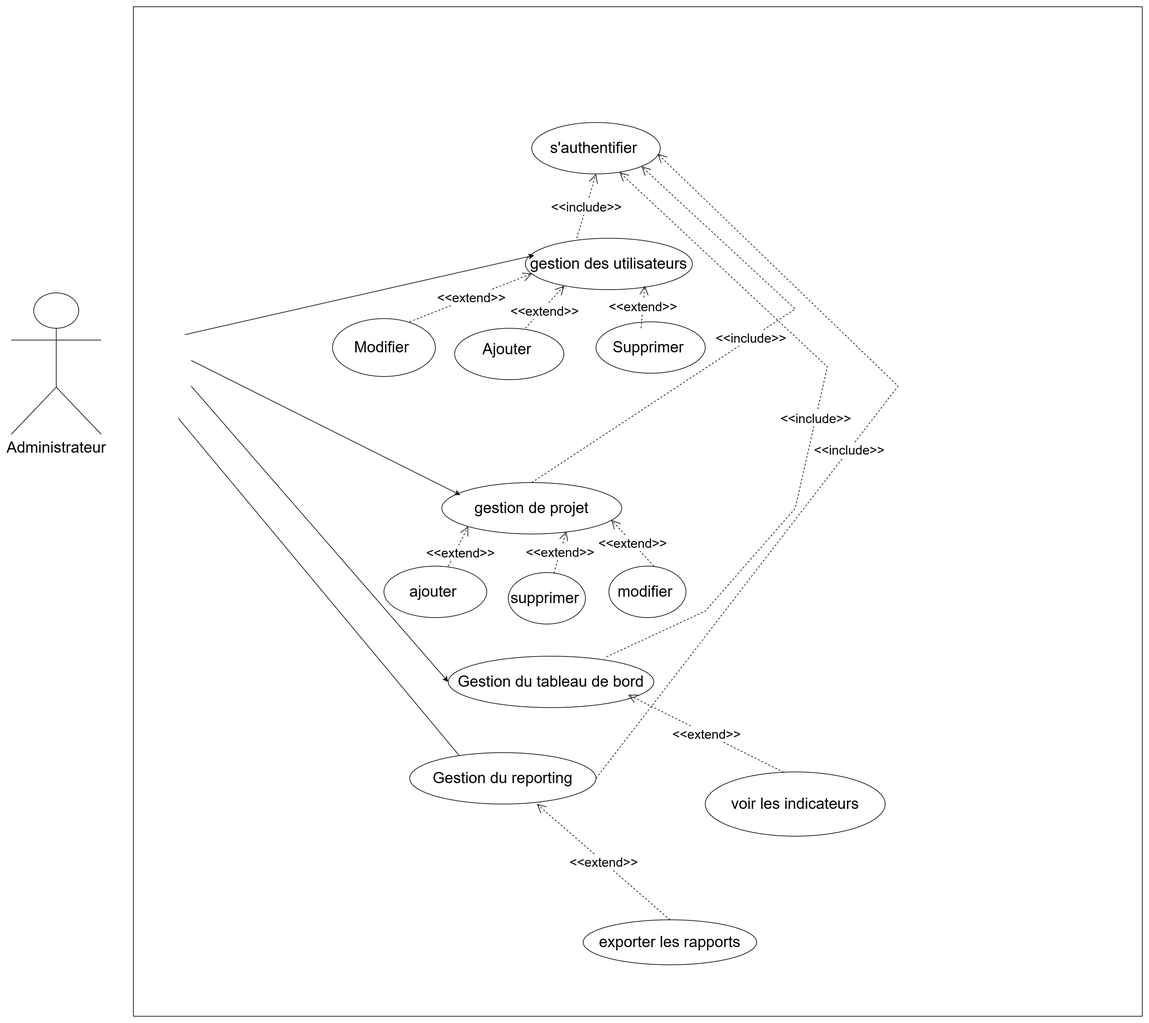
Above: Diagramme de cas d'utilisation Admistrateur projet Systeme d'information.drawio.png in aichamokhtar/pfe-suivi-projets-si (draw.io), before the change. Source tidied: cells renumbered, new cells last; positions are measured from the earlier drawing's top-left corner, leaving out a move shared by most shapes.
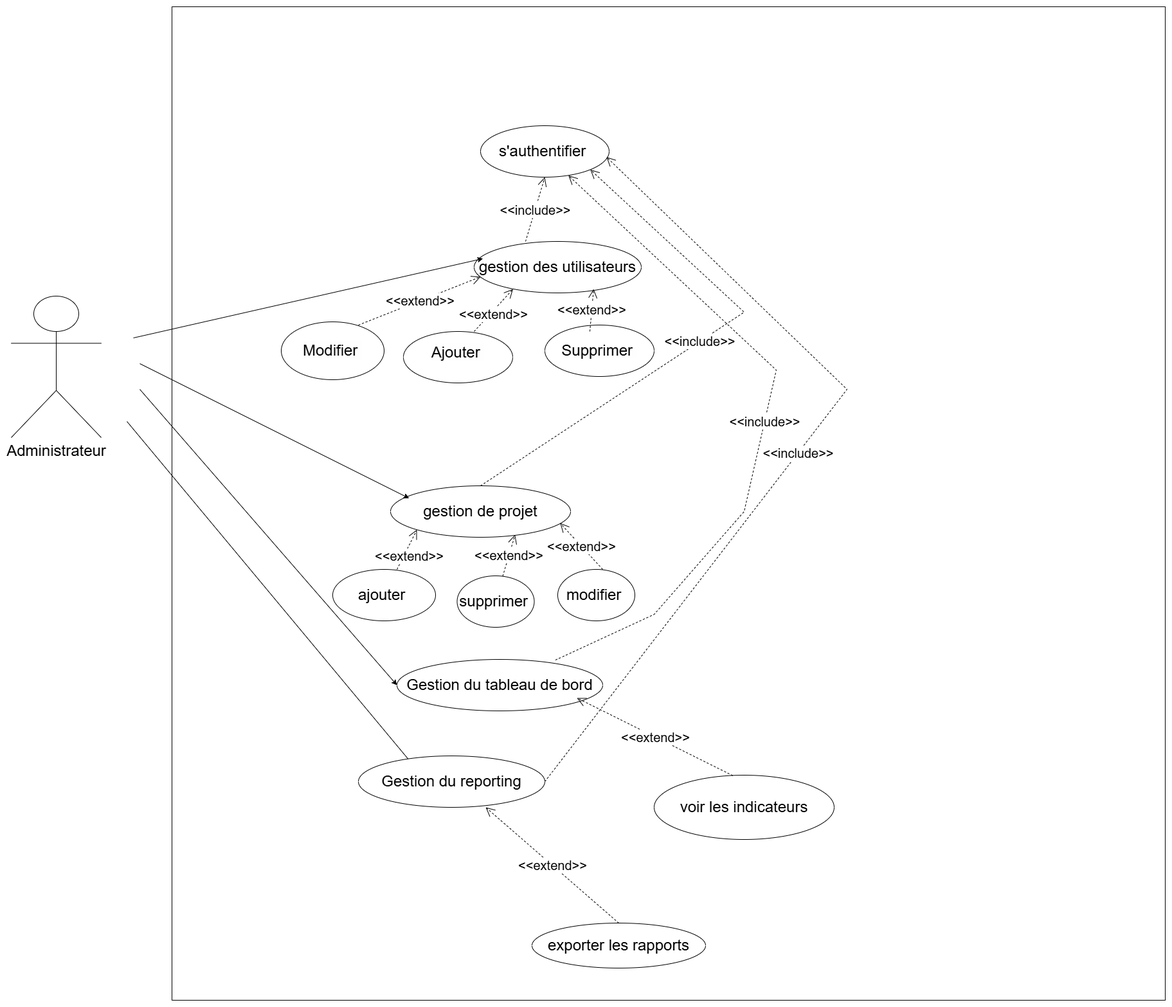
After the commit.

Diff of the diagram source:
```diff
@@ -2,11 +2,11 @@
   <root>
     <mxCell id="0" />
     <mxCell id="1" parent="0" />
-    <mxCell id="2" style="whiteSpace=wrap;html=1;" parent="1" vertex="1">
-      <mxGeometry x="190" width="1570" height="1570" as="geometry" />
-    </mxCell>
+    <mxCell id="36" style="whiteSpace=wrap;html=1;" parent="1" vertex="1">
+      <mxGeometry x="330" y="-5" width="1545" height="1545" as="geometry" />
+    </mxCell>
     <mxCell id="3" value="&lt;font style=&quot;font-size: 24px;&quot;&gt;Administrateur&lt;/font&gt;" style="shape=umlActor;verticalLabelPosition=bottom;verticalAlign=top;html=1;" parent="1" vertex="1">
-      <mxGeometry y="445" width="140" height="220" as="geometry" />
+      <mxGeometry x="80" y="445" width="140" height="220" as="geometry" />
     </mxCell>
     <mxCell id="4" value="&lt;font style=&quot;font-size: 24px;&quot;&gt;gestion des utilisateurs&lt;/font&gt;" style="ellipse;whiteSpace=wrap;html=1;" parent="1" vertex="1">
       <mxGeometry x="800" y="360" width="260" height="80" as="geometry" />
@@ -34,12 +34,12 @@
         <mxPoint x="810" y="415" as="targetPoint" />
       </mxGeometry>
     </mxCell>
-    <mxCell id="11" style="endArrow=open;endSize=12;dashed=1;html=1;rounded=0;entryX=0.233;entryY=0.925;entryDx=0;entryDy=0;entryPerimeter=0;" parent="1" edge="1" target="4">
-      <mxGeometry relative="1" as="geometry">
-        <mxPoint x="800" y="500" as="sourcePoint" />
-      </mxGeometry>
-    </mxCell>
+    <mxCell id="37" style="endArrow=open;endSize=12;dashed=1;html=1;rounded=0;entryX=0.233;entryY=0.925;entryDx=0;entryDy=0;entryPerimeter=0;" parent="1" edge="1" target="4">
+      <mxGeometry relative="1" as="geometry">
+        <mxPoint x="800" y="500" as="sourcePoint" />
+      </mxGeometry>
+    </mxCell>
-    <mxCell id="12" value="&lt;font style=&quot;font-size: 20px;&quot;&gt;&amp;lt;&amp;lt;extend&amp;gt;&amp;gt;&lt;/font&gt;" style="edgeLabel;html=1;align=center;verticalAlign=middle;" parent="11" vertex="1">
+    <mxCell id="12" value="&lt;font style=&quot;font-size: 20px;&quot;&gt;&amp;lt;&amp;lt;extend&amp;gt;&amp;gt;&lt;/font&gt;" style="edgeLabel;html=1;align=center;verticalAlign=middle;" parent="37" vertex="1">
       <mxGeometry x="-0.13" y="-2" relative="1" as="geometry" />
     </mxCell>
     <mxCell id="13" value="&lt;font style=&quot;font-size: 20px;&quot;&gt;&amp;lt;&amp;lt;extend&amp;gt;&amp;gt;&lt;/font&gt;" style="endArrow=open;endSize=12;dashed=1;html=1;rounded=0;entryX=0.715;entryY=0.925;entryDx=0;entryDy=0;entryPerimeter=0;" parent="1" edge="1" target="4">
@@ -47,19 +47,19 @@
         <mxPoint x="980" y="500" as="sourcePoint" />
       </mxGeometry>
     </mxCell>
-    <mxCell id="14" style="endArrow=classic;html=1;rounded=0;entryX=0.053;entryY=0.333;entryDx=0;entryDy=0;entryPerimeter=0;" parent="1" edge="1" target="4">
-      <mxGeometry relative="1" as="geometry">
-        <mxPoint x="270" y="510" as="sourcePoint" />
-      </mxGeometry>
-    </mxCell>
+    <mxCell id="38" style="endArrow=classic;html=1;rounded=0;entryX=0.053;entryY=0.333;entryDx=0;entryDy=0;entryPerimeter=0;" parent="1" edge="1" target="4">
+      <mxGeometry relative="1" as="geometry">
+        <mxPoint x="270" y="510" as="sourcePoint" />
+      </mxGeometry>
+    </mxCell>
     <mxCell id="15" value="&lt;font style=&quot;font-size: 24px;&quot;&gt;gestion de projet&lt;/font&gt;" style="ellipse;whiteSpace=wrap;html=1;" parent="1" vertex="1">
       <mxGeometry x="670" y="740" width="280" height="80" as="geometry" />
     </mxCell>
-    <mxCell id="16" style="endArrow=classic;html=1;rounded=0;entryX=0.103;entryY=0.242;entryDx=0;entryDy=0;entryPerimeter=0;" parent="1" edge="1" target="15">
-      <mxGeometry relative="1" as="geometry">
-        <mxPoint x="280" y="550" as="sourcePoint" />
-      </mxGeometry>
-    </mxCell>
+    <mxCell id="39" style="endArrow=classic;html=1;rounded=0;entryX=0.103;entryY=0.242;entryDx=0;entryDy=0;entryPerimeter=0;" parent="1" edge="1" target="15">
+      <mxGeometry relative="1" as="geometry">
+        <mxPoint x="280" y="550" as="sourcePoint" />
+      </mxGeometry>
+    </mxCell>
     <mxCell id="17" value="&lt;font style=&quot;font-size: 20px;&quot;&gt;&amp;lt;&amp;lt;include&amp;gt;&amp;gt;&lt;/font&gt;" style="endArrow=open;endSize=12;dashed=1;html=1;rounded=0;entryX=1;entryY=1;entryDx=0;entryDy=0;exitX=0.5;exitY=0;exitDx=0;exitDy=0;" parent="1" edge="1" source="15" target="5">
       <mxGeometry relative="1" as="geometry">
         <Array as="points">
@@ -114,18 +114,18 @@
         <mxPoint x="850" y="1220" as="targetPoint" />
       </mxGeometry>
     </mxCell>
-    <mxCell id="28" style="endArrow=classic;html=1;rounded=0;" parent="1" edge="1">
-      <mxGeometry relative="1" as="geometry">
-        <mxPoint x="280" y="590" as="sourcePoint" />
-        <mxPoint x="680" y="1050" as="targetPoint" />
-      </mxGeometry>
-    </mxCell>
-    <mxCell id="29" style="endArrow=classic;html=1;rounded=0;" parent="1" edge="1">
-      <mxGeometry relative="1" as="geometry">
-        <mxPoint x="260" y="640" as="sourcePoint" />
-        <mxPoint x="710" y="1180" as="targetPoint" />
-      </mxGeometry>
-    </mxCell>
+    <mxCell id="40" style="endArrow=classic;html=1;rounded=0;" parent="1" edge="1">
+      <mxGeometry relative="1" as="geometry">
+        <mxPoint x="280" y="590" as="sourcePoint" />
+        <mxPoint x="680" y="1050" as="targetPoint" />
+      </mxGeometry>
+    </mxCell>
+    <mxCell id="41" style="endArrow=classic;html=1;rounded=0;" parent="1" edge="1">
+      <mxGeometry relative="1" as="geometry">
+        <mxPoint x="260" y="640" as="sourcePoint" />
+        <mxPoint x="710" y="1180" as="targetPoint" />
+      </mxGeometry>
+    </mxCell>
     <mxCell id="30" value="&lt;font style=&quot;font-size: 24px;&quot;&gt;voir les indicateurs&lt;/font&gt;" style="ellipse;whiteSpace=wrap;html=1;" parent="1" vertex="1">
       <mxGeometry x="1080" y="1190" width="280" height="100" as="geometry" />
     </mxCell>
@@ -134,11 +134,11 @@
         <mxPoint x="960" y="1070" as="targetPoint" />
       </mxGeometry>
     </mxCell>
-    <mxCell id="32" style="endArrow=open;endSize=12;dashed=1;html=1;rounded=0;entryX=0.692;entryY=0.95;entryDx=0;entryDy=0;entryPerimeter=0;" parent="1" edge="1" target="33">
-      <mxGeometry relative="1" as="geometry">
-        <mxPoint x="830" y="880" as="sourcePoint" />
-      </mxGeometry>
-    </mxCell>
+    <mxCell id="42" style="endArrow=open;endSize=12;dashed=1;html=1;rounded=0;entryX=0.692;entryY=0.95;entryDx=0;entryDy=0;entryPerimeter=0;" parent="1" edge="1" target="33">
+      <mxGeometry relative="1" as="geometry">
+        <mxPoint x="830" y="880" as="sourcePoint" />
+      </mxGeometry>
+    </mxCell>
     <mxCell id="33" value="&lt;font style=&quot;font-size: 24px;&quot;&gt;supprimer&amp;nbsp;&lt;/font&gt;" style="ellipse;whiteSpace=wrap;html=1;" parent="1" vertex="1">
       <mxGeometry x="773.5" y="880" width="120" height="80" as="geometry" />
     </mxCell>
```
